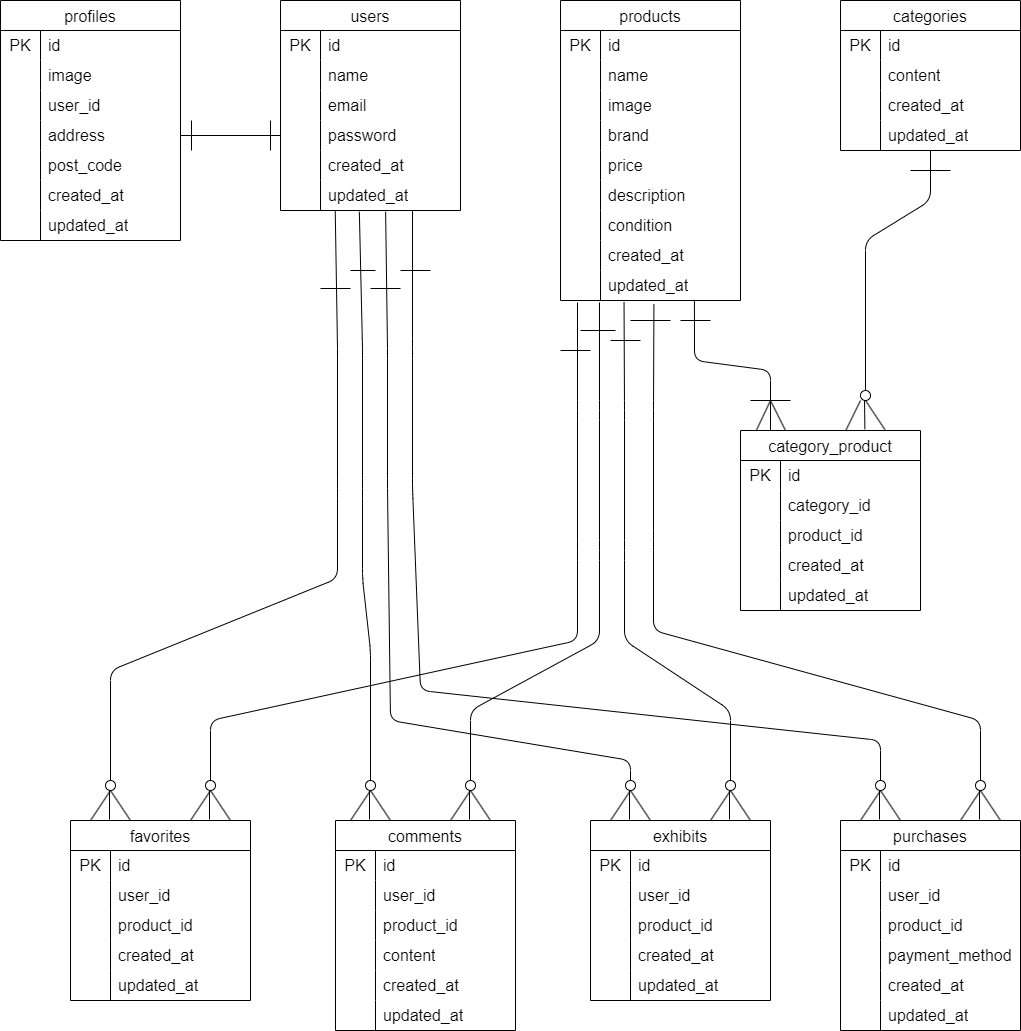
The draw.io diagram others/er.drawio.png in yuuzaki2000/freema, before a commit. Source tidied: cells renumbered, new cells last; positions are measured from the earlier drawing's top-left corner, leaving out a move shared by most shapes.
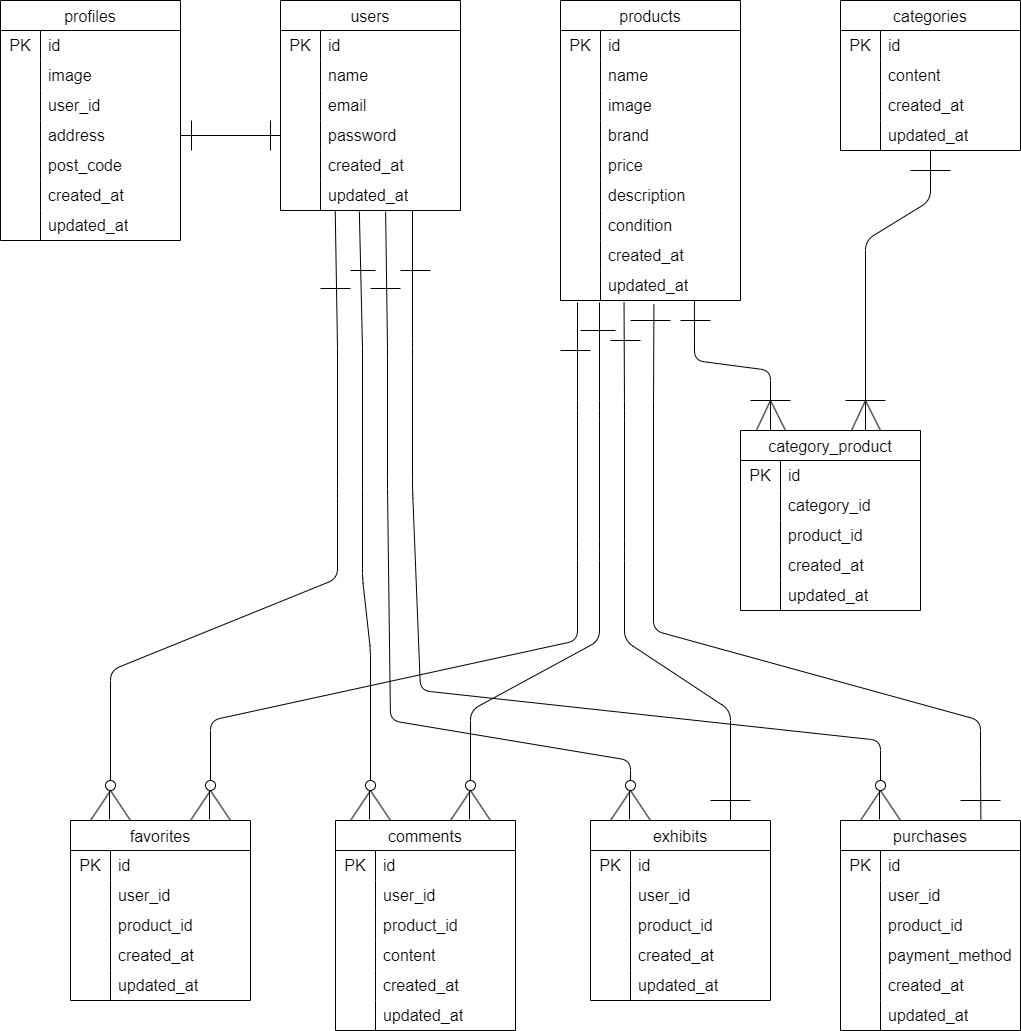
After the commit.

The edit, as a diff of the source:
```diff
@@ -333,9 +333,10 @@
         <mxPoint x="710" y="320" as="targetPoint" />
       </mxGeometry>
     </mxCell>
-    <mxCell id="106" style="endArrow=none;html=1;entryX=0.5;entryY=0;entryDx=0;entryDy=0;" parent="1" edge="1" target="108">
+    <mxCell id="106" style="endArrow=none;html=1;" parent="1" edge="1">
       <mxGeometry relative="1" as="geometry">
         <mxPoint x="930" y="150" as="sourcePoint" />
+        <mxPoint x="865" y="400" as="targetPoint" />
         <Array as="points">
           <mxPoint x="930" y="200" />
           <mxPoint x="865" y="240" />
@@ -348,24 +349,6 @@
         <mxPoint x="950" y="170" as="targetPoint" />
       </mxGeometry>
     </mxCell>
-    <mxCell id="108" style="ellipse;whiteSpace=wrap;html=1;" parent="1" vertex="1">
-      <mxGeometry x="860" y="390" width="10" height="10" as="geometry" />
-    </mxCell>
-    <mxCell id="109" style="endArrow=none;html=1;exitX=0.584;exitY=0.002;exitDx=0;exitDy=0;exitPerimeter=0;" parent="1" edge="1" source="62">
-      <mxGeometry relative="1" as="geometry">
-        <mxPoint x="860" y="400" as="targetPoint" />
-      </mxGeometry>
-    </mxCell>
-    <mxCell id="110" style="endArrow=none;html=1;exitX=0.25;exitY=0;exitDx=0;exitDy=0;entryX=0.5;entryY=1;entryDx=0;entryDy=0;" parent="1" edge="1" target="108">
-      <mxGeometry relative="1" as="geometry">
-        <mxPoint x="885" y="430" as="sourcePoint" />
-      </mxGeometry>
-    </mxCell>
-    <mxCell id="111" style="endArrow=none;html=1;exitX=0.691;exitY=-0.007;exitDx=0;exitDy=0;exitPerimeter=0;" parent="1" edge="1" source="62">
-      <mxGeometry relative="1" as="geometry">
-        <mxPoint x="864" y="400" as="targetPoint" />
-      </mxGeometry>
-    </mxCell>
     <mxCell id="112" style="endArrow=none;html=1;exitX=1;exitY=0.5;exitDx=0;exitDy=0;entryX=0;entryY=0.5;entryDx=0;entryDy=0;" parent="1" edge="1" source="88" target="12">
       <mxGeometry relative="1" as="geometry" />
     </mxCell>
@@ -381,13 +364,14 @@
         <mxPoint x="270" y="120" as="targetPoint" />
       </mxGeometry>
     </mxCell>
-    <mxCell id="115" style="endArrow=none;html=1;exitX=0.519;exitY=1.122;exitDx=0;exitDy=0;exitPerimeter=0;entryX=0.5;entryY=0;entryDx=0;entryDy=0;" parent="1" edge="1" source="46" target="191">
+    <mxCell id="115" style="endArrow=none;html=1;exitX=0.519;exitY=1.122;exitDx=0;exitDy=0;exitPerimeter=0;entryX=0.78;entryY=0.008;entryDx=0;entryDy=0;entryPerimeter=0;" parent="1" edge="1" source="46" target="168">
       <mxGeometry relative="1" as="geometry">
         <Array as="points">
           <mxPoint x="653" y="410" />
           <mxPoint x="653" y="540" />
           <mxPoint x="653" y="630" />
           <mxPoint x="980" y="720" />
+          <mxPoint x="980" y="760" />
         </Array>
       </mxGeometry>
     </mxCell>
@@ -607,46 +591,6 @@
     <mxCell id="186" value="updated_at" style="shape=partialRectangle;html=1;whiteSpace=wrap;fillColor=none;top=0;left=0;bottom=0;right=0;align=left;spacingLeft=6;overflow=hidden;strokeColor=inherit;fontSize=16;" parent="184" vertex="1">
       <mxGeometry x="40" width="140" height="30" as="geometry" />
     </mxCell>
-    <mxCell id="187" style="ellipse;whiteSpace=wrap;html=1;" parent="1" vertex="1">
-      <mxGeometry x="725" y="780" width="10" height="10" as="geometry" />
-    </mxCell>
-    <mxCell id="188" style="endArrow=none;html=1;exitX=0.584;exitY=0.002;exitDx=0;exitDy=0;exitPerimeter=0;" parent="1" edge="1">
-      <mxGeometry relative="1" as="geometry">
-        <mxPoint x="710" y="820" as="sourcePoint" />
-        <mxPoint x="730" y="790" as="targetPoint" />
-      </mxGeometry>
-    </mxCell>
-    <mxCell id="189" style="endArrow=none;html=1;exitX=0.25;exitY=0;exitDx=0;exitDy=0;entryX=0.5;entryY=1;entryDx=0;entryDy=0;" parent="1" edge="1" target="187">
-      <mxGeometry relative="1" as="geometry">
-        <mxPoint x="750" y="820" as="sourcePoint" />
-      </mxGeometry>
-    </mxCell>
-    <mxCell id="190" style="endArrow=none;html=1;exitX=0.691;exitY=-0.007;exitDx=0;exitDy=0;exitPerimeter=0;" parent="1" edge="1">
-      <mxGeometry relative="1" as="geometry">
-        <mxPoint x="729" y="819" as="sourcePoint" />
-        <mxPoint x="729" y="790" as="targetPoint" />
-      </mxGeometry>
-    </mxCell>
-    <mxCell id="191" style="ellipse;whiteSpace=wrap;html=1;" parent="1" vertex="1">
-      <mxGeometry x="975" y="780" width="10" height="10" as="geometry" />
-    </mxCell>
-    <mxCell id="192" style="endArrow=none;html=1;exitX=0.584;exitY=0.002;exitDx=0;exitDy=0;exitPerimeter=0;" parent="1" edge="1">
-      <mxGeometry relative="1" as="geometry">
-        <mxPoint x="960" y="820" as="sourcePoint" />
-        <mxPoint x="980" y="790" as="targetPoint" />
-      </mxGeometry>
-    </mxCell>
-    <mxCell id="193" style="endArrow=none;html=1;exitX=0.25;exitY=0;exitDx=0;exitDy=0;entryX=0.5;entryY=1;entryDx=0;entryDy=0;" parent="1" edge="1" target="191">
-      <mxGeometry relative="1" as="geometry">
-        <mxPoint x="1000" y="820" as="sourcePoint" />
-      </mxGeometry>
-    </mxCell>
-    <mxCell id="194" style="endArrow=none;html=1;exitX=0.691;exitY=-0.007;exitDx=0;exitDy=0;exitPerimeter=0;" parent="1" edge="1">
-      <mxGeometry relative="1" as="geometry">
-        <mxPoint x="979" y="819" as="sourcePoint" />
-        <mxPoint x="979" y="790" as="targetPoint" />
-      </mxGeometry>
-    </mxCell>
     <mxCell id="195" style="ellipse;whiteSpace=wrap;html=1;" parent="1" vertex="1">
       <mxGeometry x="875" y="780" width="10" height="10" as="geometry" />
     </mxCell>
@@ -767,7 +711,7 @@
         <mxPoint x="109" y="790" as="targetPoint" />
       </mxGeometry>
     </mxCell>
-    <mxCell id="219" style="endArrow=none;html=1;exitX=0.353;exitY=1.051;exitDx=0;exitDy=0;exitPerimeter=0;entryX=0.5;entryY=0;entryDx=0;entryDy=0;" parent="1" edge="1" source="46" target="187">
+    <mxCell id="219" style="endArrow=none;html=1;exitX=0.353;exitY=1.051;exitDx=0;exitDy=0;exitPerimeter=0;entryX=0.778;entryY=0;entryDx=0;entryDy=0;entryPerimeter=0;" parent="1" edge="1" source="46" target="152">
       <mxGeometry relative="1" as="geometry">
         <Array as="points">
           <mxPoint x="624" y="410" />
@@ -882,5 +826,41 @@
         <mxPoint x="430" y="270" as="targetPoint" />
       </mxGeometry>
     </mxCell>
+    <mxCell id="233" style="endArrow=none;html=1;" parent="1" edge="1">
+      <mxGeometry relative="1" as="geometry">
+        <mxPoint x="960" y="800" as="sourcePoint" />
+        <mxPoint x="1000" y="800" as="targetPoint" />
+      </mxGeometry>
+    </mxCell>
+    <mxCell id="234" style="endArrow=none;html=1;" parent="1" edge="1">
+      <mxGeometry relative="1" as="geometry">
+        <mxPoint x="710" y="800" as="sourcePoint" />
+        <mxPoint x="750" y="800" as="targetPoint" />
+      </mxGeometry>
+    </mxCell>
+    <mxCell id="235" style="endArrow=none;html=1;exitX=0.087;exitY=0.002;exitDx=0;exitDy=0;exitPerimeter=0;" parent="1" edge="1">
+      <mxGeometry relative="1" as="geometry">
+        <mxPoint x="851" y="430" as="sourcePoint" />
+        <mxPoint x="865" y="400" as="targetPoint" />
+      </mxGeometry>
+    </mxCell>
+    <mxCell id="236" style="endArrow=none;html=1;exitX=0.25;exitY=0;exitDx=0;exitDy=0;" parent="1" edge="1">
+      <mxGeometry relative="1" as="geometry">
+        <mxPoint x="880" y="430" as="sourcePoint" />
+        <mxPoint x="865" y="400" as="targetPoint" />
+      </mxGeometry>
+    </mxCell>
+    <mxCell id="237" style="endArrow=none;html=1;" parent="1" edge="1">
+      <mxGeometry relative="1" as="geometry">
+        <mxPoint x="865" y="430" as="sourcePoint" />
+        <mxPoint x="865" y="400" as="targetPoint" />
+      </mxGeometry>
+    </mxCell>
+    <mxCell id="238" style="endArrow=none;html=1;" parent="1" edge="1">
+      <mxGeometry relative="1" as="geometry">
+        <mxPoint x="845" y="400" as="sourcePoint" />
+        <mxPoint x="885" y="400" as="targetPoint" />
+      </mxGeometry>
+    </mxCell>
   </root>
 </mxGraphModel>
```
